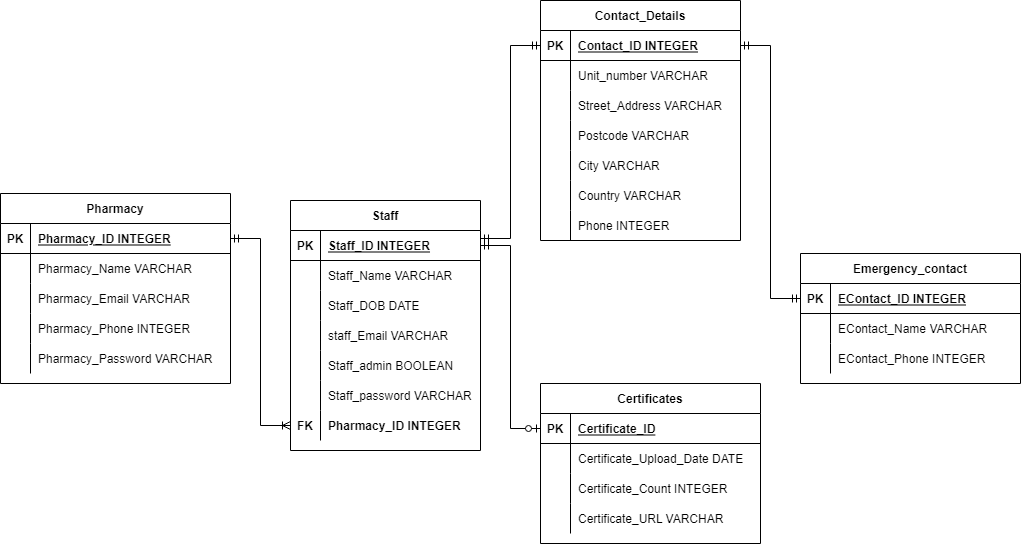
Earlier version of the draw.io export docs/T3A3_ERD.png (alam1704/my_app). Source tidied: cells renumbered, new cells last; positions are measured from the earlier drawing's top-left corner, leaving out a move shared by most shapes.
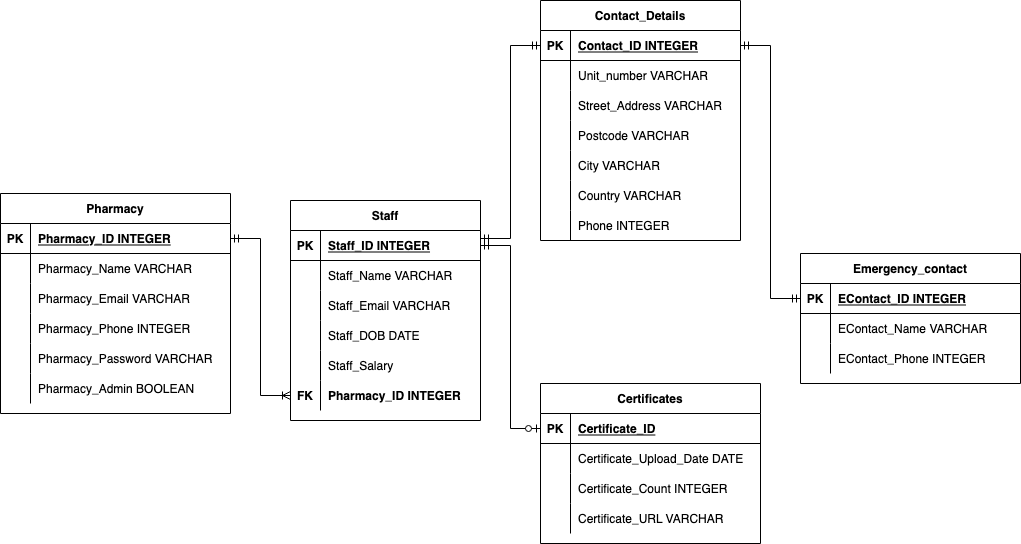
Above is the later version.

Commit message:
got my salary column for staff working

Diff of the diagram source:
```diff
@@ -3,7 +3,7 @@
     <mxCell id="0" />
     <mxCell id="1" parent="0" />
     <mxCell id="2" value="Staff" style="shape=table;startSize=30;rowLines=0;fontStyle=1;align=center;" parent="1" vertex="1">
-      <mxGeometry x="290" y="200" width="190" height="250" as="geometry" />
+      <mxGeometry x="290" y="200" width="190" height="220" as="geometry" />
     </mxCell>
     <mxCell id="3" style="shape=partialRectangle;fillColor=none;top=0;left=0;bottom=1;right=0;points=[[0,0.5],[1,0.5]];portConstraint=eastwest;" parent="2" vertex="1">
       <mxGeometry y="30" width="190" height="30" as="geometry" />
@@ -23,8 +23,17 @@
     <mxCell id="8" value="Staff_Name VARCHAR" style="shape=partialRectangle;fillColor=none;top=0;left=0;bottom=0;right=0;align=left;spacingLeft=6;overflow=hidden;" parent="6" vertex="1">
       <mxGeometry x="30" width="160" height="30" as="geometry" />
     </mxCell>
+    <mxCell id="12" style="shape=partialRectangle;fillColor=none;top=0;left=0;bottom=0;right=0;" parent="2" vertex="1">
+      <mxGeometry y="90" width="190" height="30" as="geometry" />
+    </mxCell>
+    <mxCell id="13" style="shape=partialRectangle;fillColor=none;top=0;left=0;bottom=0;right=0;overflow=hidden;" parent="12" vertex="1">
+      <mxGeometry width="30" height="30" as="geometry" />
+    </mxCell>
+    <mxCell id="14" value="Staff_Email VARCHAR" style="shape=partialRectangle;fillColor=none;top=0;left=0;bottom=0;right=0;align=left;spacingLeft=6;overflow=hidden;" parent="12" vertex="1">
+      <mxGeometry x="30" width="160" height="30" as="geometry" />
+    </mxCell>
     <mxCell id="9" style="shape=partialRectangle;fillColor=none;top=0;left=0;bottom=0;right=0;" parent="2" vertex="1">
-      <mxGeometry y="90" width="190" height="30" as="geometry" />
+      <mxGeometry y="120" width="190" height="30" as="geometry" />
     </mxCell>
     <mxCell id="10" style="shape=partialRectangle;fillColor=none;top=0;left=0;bottom=0;right=0;overflow=hidden;" parent="9" vertex="1">
       <mxGeometry width="30" height="30" as="geometry" />
@@ -32,35 +41,17 @@
     <mxCell id="11" value="Staff_DOB DATE" style="shape=partialRectangle;fillColor=none;top=0;left=0;bottom=0;right=0;align=left;spacingLeft=6;overflow=hidden;" parent="9" vertex="1">
       <mxGeometry x="30" width="160" height="30" as="geometry" />
     </mxCell>
-    <mxCell id="12" style="shape=partialRectangle;fillColor=none;top=0;left=0;bottom=0;right=0;" parent="2" vertex="1">
-      <mxGeometry y="120" width="190" height="30" as="geometry" />
-    </mxCell>
-    <mxCell id="13" style="shape=partialRectangle;fillColor=none;top=0;left=0;bottom=0;right=0;overflow=hidden;" parent="12" vertex="1">
-      <mxGeometry width="30" height="30" as="geometry" />
-    </mxCell>
-    <mxCell id="14" value="staff_Email VARCHAR" style="shape=partialRectangle;fillColor=none;top=0;left=0;bottom=0;right=0;align=left;spacingLeft=6;overflow=hidden;" parent="12" vertex="1">
-      <mxGeometry x="30" width="160" height="30" as="geometry" />
-    </mxCell>
     <mxCell id="15" style="shape=partialRectangle;fillColor=none;top=0;left=0;bottom=0;right=0;" parent="2" vertex="1">
       <mxGeometry y="150" width="190" height="30" as="geometry" />
     </mxCell>
-    <mxCell id="16" style="shape=partialRectangle;fillColor=none;top=0;left=0;bottom=0;right=0;overflow=hidden;" parent="15" vertex="1">
-      <mxGeometry width="30" height="30" as="geometry" />
-    </mxCell>
-    <mxCell id="17" value="Staff_admin BOOLEAN" style="shape=partialRectangle;fillColor=none;top=0;left=0;bottom=0;right=0;align=left;spacingLeft=6;overflow=hidden;" parent="15" vertex="1">
-      <mxGeometry x="30" width="160" height="30" as="geometry" />
-    </mxCell>
-    <mxCell id="18" style="shape=partialRectangle;fillColor=none;top=0;left=0;bottom=0;right=0;" parent="2" vertex="1">
-      <mxGeometry y="180" width="190" height="30" as="geometry" />
-    </mxCell>
-    <mxCell id="19" style="shape=partialRectangle;fillColor=none;top=0;left=0;bottom=0;right=0;overflow=hidden;" parent="18" vertex="1">
-      <mxGeometry width="30" height="30" as="geometry" />
-    </mxCell>
-    <mxCell id="20" value="Staff_password VARCHAR" style="shape=partialRectangle;fillColor=none;top=0;left=0;bottom=0;right=0;align=left;spacingLeft=6;overflow=hidden;" parent="18" vertex="1">
-      <mxGeometry x="30" width="160" height="30" as="geometry" />
-    </mxCell>
+    <mxCell id="89" style="shape=partialRectangle;fillColor=none;top=0;left=0;bottom=0;right=0;overflow=hidden;" parent="15" vertex="1">
+      <mxGeometry width="30" height="30" as="geometry" />
+    </mxCell>
+    <mxCell id="90" value="Staff_Salary" style="shape=partialRectangle;fillColor=none;top=0;left=0;bottom=0;right=0;align=left;spacingLeft=6;overflow=hidden;" parent="15" vertex="1">
+      <mxGeometry x="30" width="160" height="30" as="geometry" />
+    </mxCell>
     <mxCell id="21" style="shape=partialRectangle;fillColor=none;top=0;left=0;bottom=0;right=0;points=[[0,0.5],[1,0.5]];portConstraint=eastwest;" parent="2" vertex="1">
-      <mxGeometry y="210" width="190" height="30" as="geometry" />
+      <mxGeometry y="180" width="190" height="30" as="geometry" />
     </mxCell>
     <mxCell id="22" value="FK" style="shape=partialRectangle;fillColor=none;top=0;left=0;bottom=0;right=0;fontStyle=1;overflow=hidden;" parent="21" vertex="1">
       <mxGeometry width="30" height="30" as="geometry" />
@@ -165,7 +156,7 @@
       <mxGeometry x="30" width="190" height="30" as="geometry" />
     </mxCell>
     <mxCell id="56" value="Pharmacy" style="shape=table;startSize=30;rowLines=0;fontStyle=1;align=center;" parent="1" vertex="1">
-      <mxGeometry y="193" width="230" height="190" as="geometry" />
+      <mxGeometry y="193" width="230" height="220" as="geometry" />
     </mxCell>
     <mxCell id="57" style="shape=partialRectangle;fillColor=none;top=0;left=0;bottom=1;right=0;points=[[0,0.5],[1,0.5]];portConstraint=eastwest;" parent="56" vertex="1">
       <mxGeometry y="30" width="230" height="30" as="geometry" />
@@ -212,6 +203,15 @@
     <mxCell id="71" value="Pharmacy_Password VARCHAR" style="shape=partialRectangle;fillColor=none;top=0;left=0;bottom=0;right=0;align=left;spacingLeft=6;overflow=hidden;" parent="69" vertex="1">
       <mxGeometry x="30" width="200" height="30" as="geometry" />
     </mxCell>
+    <mxCell id="91" style="shape=partialRectangle;fillColor=none;top=0;left=0;bottom=0;right=0;" parent="56" vertex="1">
+      <mxGeometry y="180" width="230" height="30" as="geometry" />
+    </mxCell>
+    <mxCell id="92" style="shape=partialRectangle;fillColor=none;top=0;left=0;bottom=0;right=0;overflow=hidden;" parent="91" vertex="1">
+      <mxGeometry width="30" height="30" as="geometry" />
+    </mxCell>
+    <mxCell id="93" value="Pharmacy_Admin BOOLEAN" style="shape=partialRectangle;fillColor=none;top=0;left=0;bottom=0;right=0;align=left;spacingLeft=6;overflow=hidden;" parent="91" vertex="1">
+      <mxGeometry x="30" width="200" height="30" as="geometry" />
+    </mxCell>
     <mxCell id="72" value="Certificates" style="shape=table;startSize=30;rowLines=0;fontStyle=1;align=center;" parent="1" vertex="1">
       <mxGeometry x="540" y="383" width="220" height="160" as="geometry" />
     </mxCell>
```
